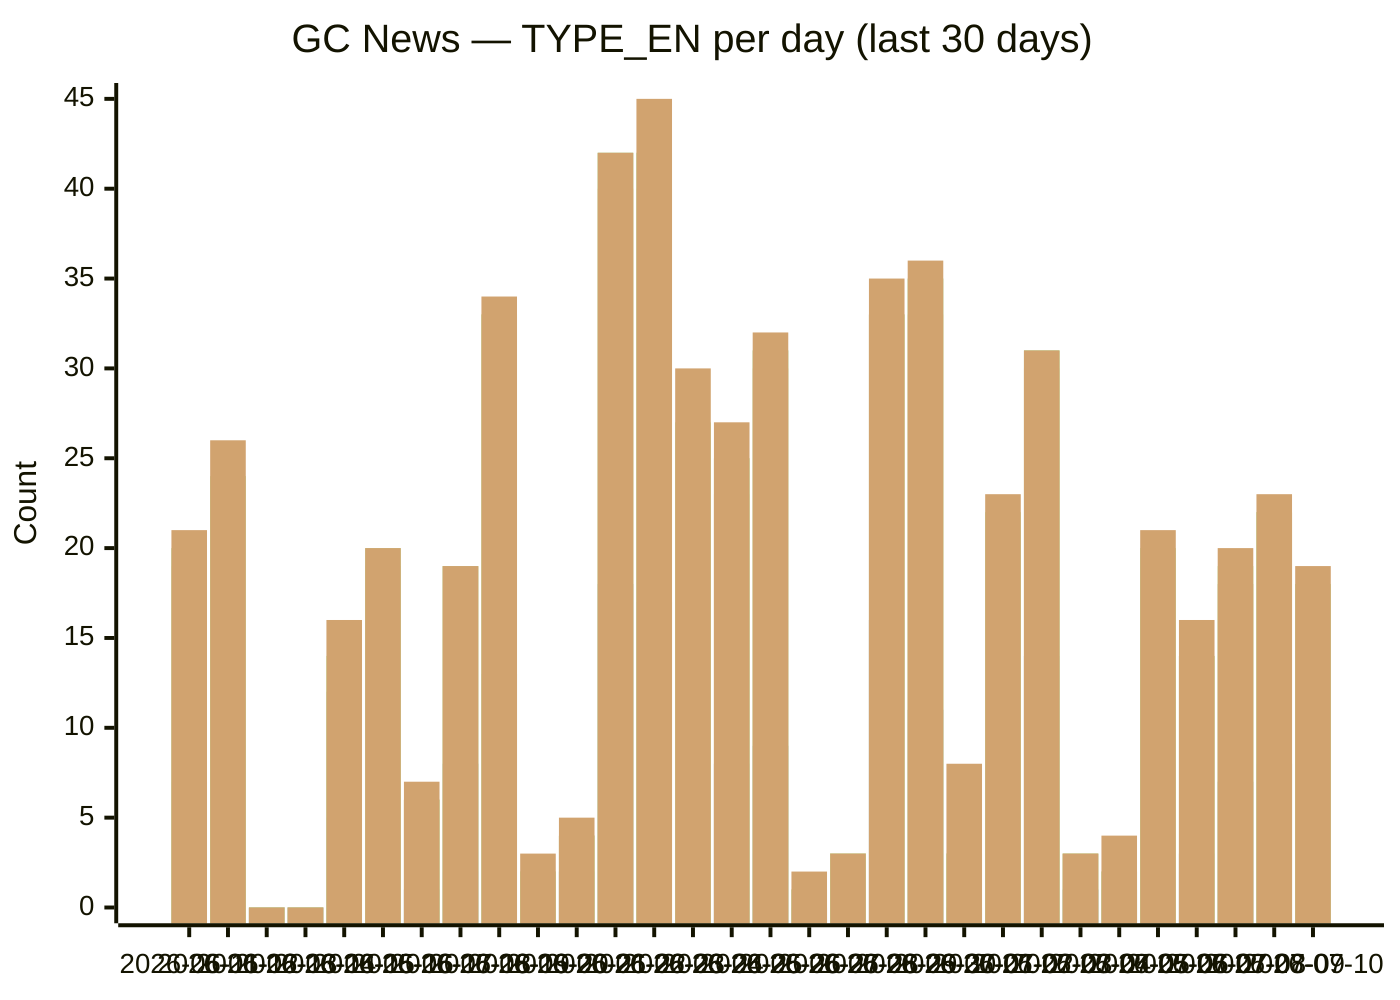
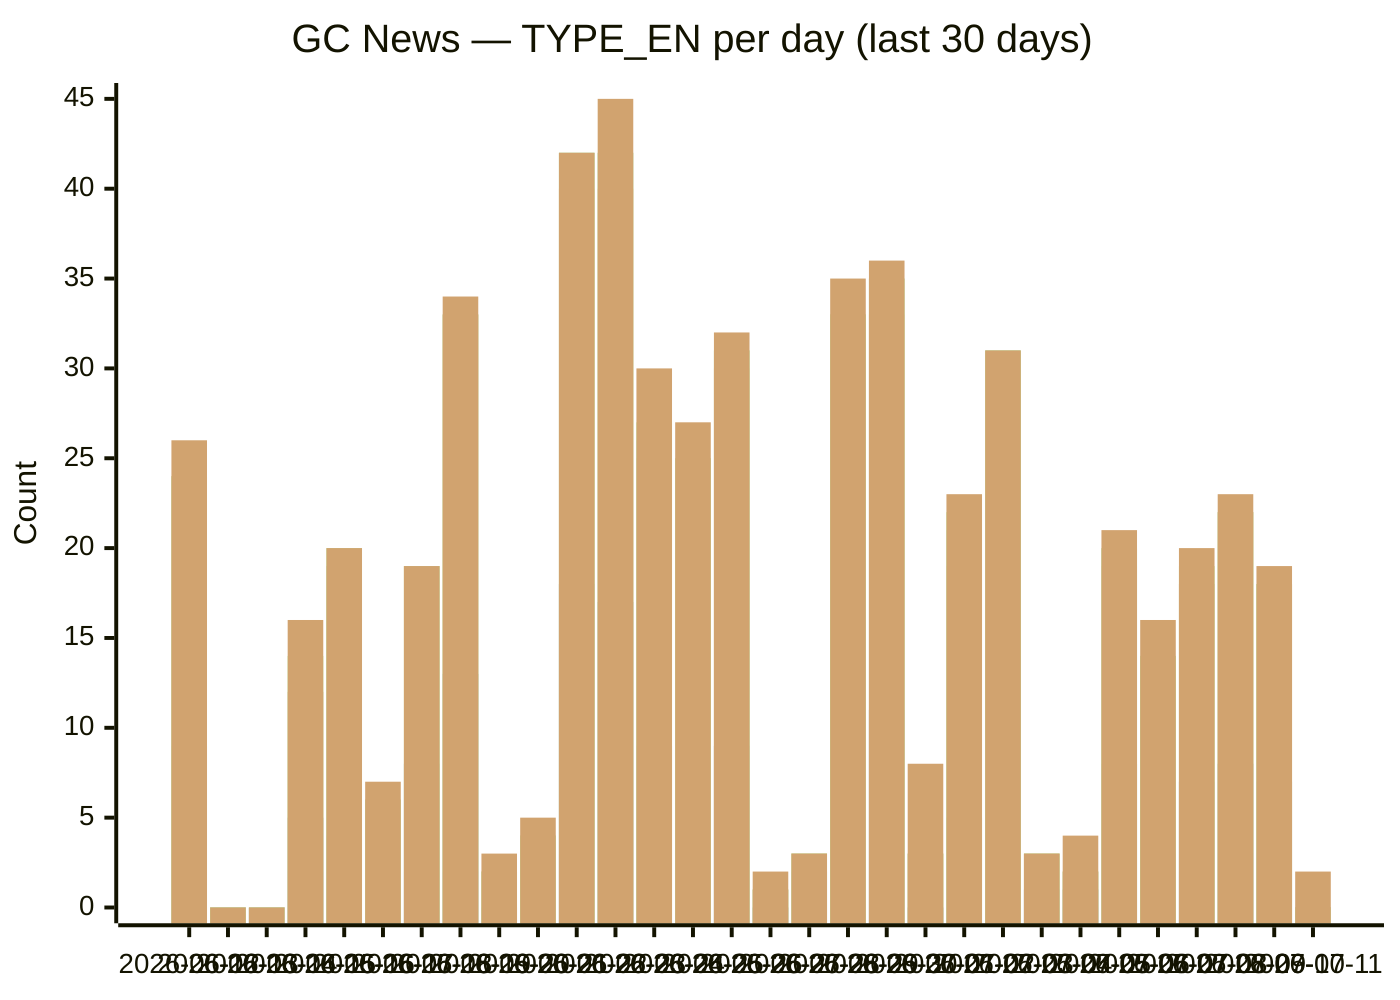
xychart-beta
  title "GC News — TYPE_EN per day (last 30 days)"
-   x-axis [2026-06-11, 2026-06-12, 2026-06-13, 2026-06-14, 2026-06-15, 2026-06-16, 2026-06-17, 2026-06-18, 2026-06-19, 2026-06-20, 2026-06-21, 2026-06-22, 2026-06-23, 2026-06-24, 2026-06-25, 2026-06-26, 2026-06-27, 2026-06-28, 2026-06-29, 2026-06-30, 2026-07-01, 2026-07-02, 2026-07-03, 2026-07-04, 2026-07-05, 2026-07-06, 2026-07-07, 2026-07-08, 2026-07-09, 2026-07-10]
+   x-axis [2026-06-12, 2026-06-13, 2026-06-14, 2026-06-15, 2026-06-16, 2026-06-17, 2026-06-18, 2026-06-19, 2026-06-20, 2026-06-21, 2026-06-22, 2026-06-23, 2026-06-24, 2026-06-25, 2026-06-26, 2026-06-27, 2026-06-28, 2026-06-29, 2026-06-30, 2026-07-01, 2026-07-02, 2026-07-03, 2026-07-04, 2026-07-05, 2026-07-06, 2026-07-07, 2026-07-08, 2026-07-09, 2026-07-10, 2026-07-11]
  y-axis "Count" 0 --> 45
-   bar backgrounders [0, 3, 0, 0, 2, 3, 1, 2, 2, 0, 0, 3, 6, 2, 2, 3, 0, 0, 4, 3, 0, 1, 3, 1, 0, 3, 2, 2, 3, 3]
-   bar "media advisories" [7, 9, 0, 0, 5, 4, 1, 8, 13, 0, 2, 18, 17, 9, 8, 9, 0, 2, 16, 11, 0, 5, 14, 1, 1, 8, 3, 7, 8, 7]
-   bar "news releases" [19, 24, 0, 0, 12, 19, 6, 19, 33, 2, 4, 40, 40, 25, 23, 30, 1, 3, 33, 33, 3, 19, 30, 3, 2, 19, 14, 18, 22, 18]
-   bar readouts [20, 24, 0, 0, 12, 19, 6, 19, 33, 2, 4, 42, 42, 26, 25, 31, 1, 3, 33, 35, 3, 21, 31, 3, 2, 20, 14, 18, 22, 18]
-   bar speeches [20, 24, 0, 0, 14, 20, 6, 19, 33, 2, 4, 42, 42, 27, 25, 31, 1, 3, 33, 35, 3, 22, 31, 3, 2, 20, 14, 19, 22, 18]
-   bar statements [21, 26, 0, 0, 16, 20, 7, 19, 34, 3, 5, 42, 45, 30, 27, 32, 2, 3, 35, 36, 8, 23, 31, 3, 4, 21, 16, 20, 23, 19]
+   bar backgrounders [3, 0, 0, 2, 3, 1, 2, 2, 0, 0, 3, 6, 2, 2, 3, 0, 0, 4, 3, 0, 1, 3, 1, 0, 3, 2, 2, 3, 3, 0]
+   bar "media advisories" [9, 0, 0, 5, 4, 1, 8, 13, 0, 2, 18, 17, 9, 8, 9, 0, 2, 16, 11, 0, 5, 14, 1, 1, 8, 3, 7, 8, 7, 0]
+   bar "news releases" [24, 0, 0, 12, 19, 6, 19, 33, 2, 4, 40, 40, 25, 23, 30, 1, 3, 33, 33, 3, 19, 30, 3, 2, 19, 14, 18, 22, 18, 0]
+   bar readouts [24, 0, 0, 12, 19, 6, 19, 33, 2, 4, 42, 42, 26, 25, 31, 1, 3, 33, 35, 3, 21, 31, 3, 2, 20, 14, 18, 22, 18, 0]
+   bar speeches [24, 0, 0, 14, 20, 6, 19, 33, 2, 4, 42, 42, 27, 25, 31, 1, 3, 33, 35, 3, 22, 31, 3, 2, 20, 14, 19, 22, 18, 0]
+   bar statements [26, 0, 0, 16, 20, 7, 19, 34, 3, 5, 42, 45, 30, 27, 32, 2, 3, 35, 36, 8, 23, 31, 3, 4, 21, 16, 20, 23, 19, 2]
